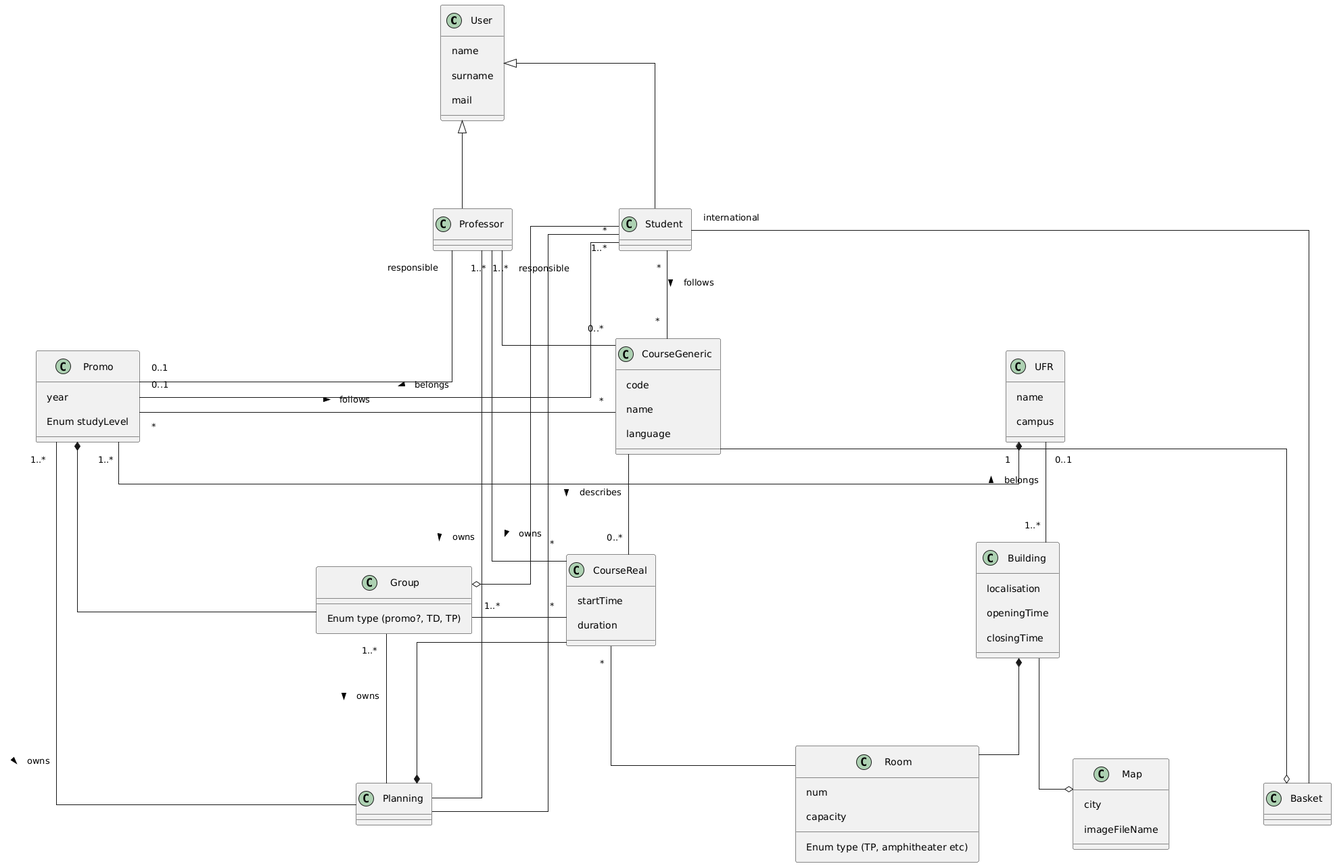
This is diagrams/ClassesDiagram.png from JoshuaDixon23/Hyperplanning, a PlantUML export, as it was before one commit.
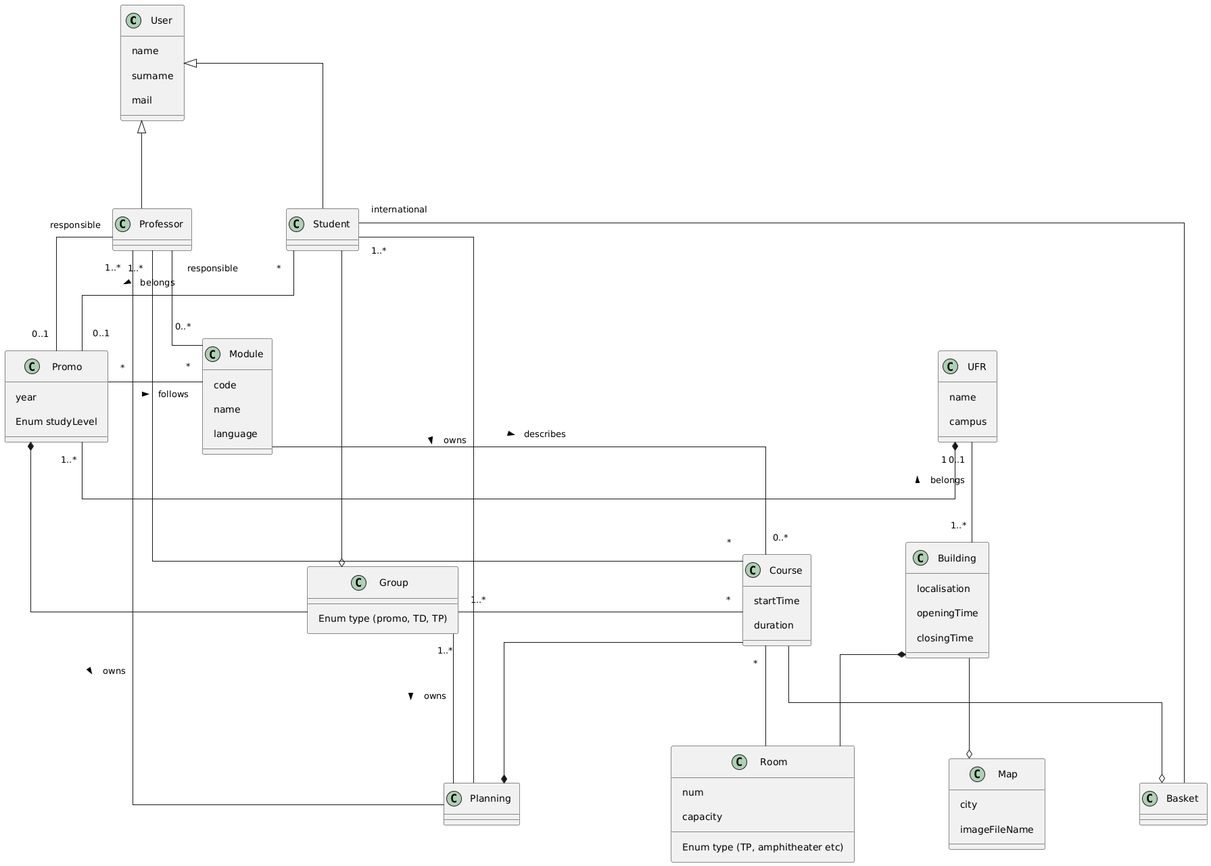
After the change.

Diff of the diagram source:
```diff
@@ -25,7 +25,7 @@
     Enum studyLevel
 }
 
-class CourseGeneric{
+class Module{
     code
     name
     language
@@ -37,10 +37,10 @@
 }
 
 class Group{
-    Enum type (promo?, TD, TP)
+    Enum type (promo, TD, TP)
 }
 
-class CourseReal{
+class Course{
     startTime
     duration
 }
@@ -72,54 +72,52 @@
 
 Professor -[hidden]r- Student
 
-Promo -[hidden]r- CourseGeneric
-CourseGeneric -[hidden]r- UFR
+Promo -[hidden]r- Module
+Module-[hidden]r- UFR
 
-Group -[hidden]r- CourseReal
-CourseReal -[hidden]r- Building
+Group -[hidden]r- Course
+Course -[hidden]r- Building
 
 Room -[hidden]r- Map
 Map -[hidden]r- Basket
 
 Professor -[hidden]d- Promo
-Student -[hidden]d- CourseGeneric
-CourseGeneric -[hidden]d- Group
-UFR -[hidden]d- CourseReal
+Student -[hidden]d- Module
+Module-[hidden]d- Group
+UFR -[hidden]d- Course
 Building -[hidden]d- Room
 
 Promo -[hidden]d- Group
 Group -[hidden]d- Planning
-CourseReal -[hidden]d- Planning
+Course -[hidden]d- Planning
 
 Professor "responsible" -d- "0..1" Promo
-Professor "responsible" -r- "0..*" CourseGeneric
-Professor "1..*" -d- "*" CourseReal
+Professor "responsible" -r- "0..*" Module
+Professor "1..*" -d- "*" Course
 
 Student "*" -d- "0..1" Promo : belongs >
 Student -d-o Group
 
-CourseGeneric "*" -l- "*" Promo : follows <
-CourseGeneric "*" -d- "*" Student: follows <
-CourseGeneric -d- "0..*" CourseReal : describes >
+Module "*" -l- "*" Promo : follows <
+Module-d- "0..*" Course : describes >
 
 Promo *-d- Group
 
 UFR "1" *-l- "1..*" Promo
 
-Group "1..*" -r- "*" CourseReal
+Group "1..*" -r- "*" Course
 
 Building *-d- Room
 Building -r-o Map
 Building "1..*" -l- "0..1" UFR : belongs >
 
-Room -u- "*" CourseReal
+Room -u- "*" Course
 
-Planning *-u- CourseReal
-Planning -u- "1..*" Promo : owns <
+Planning *-u- Course
 Planning -l- "1..*" Student : owns <
 Planning -l- "1..*" Professor : owns <
 Planning -u- "1..*" Group: owns <
 
-Basket o-u- CourseGeneric
+Basket o-u- Course
 Basket -l- "international" Student
 @enduml
```
